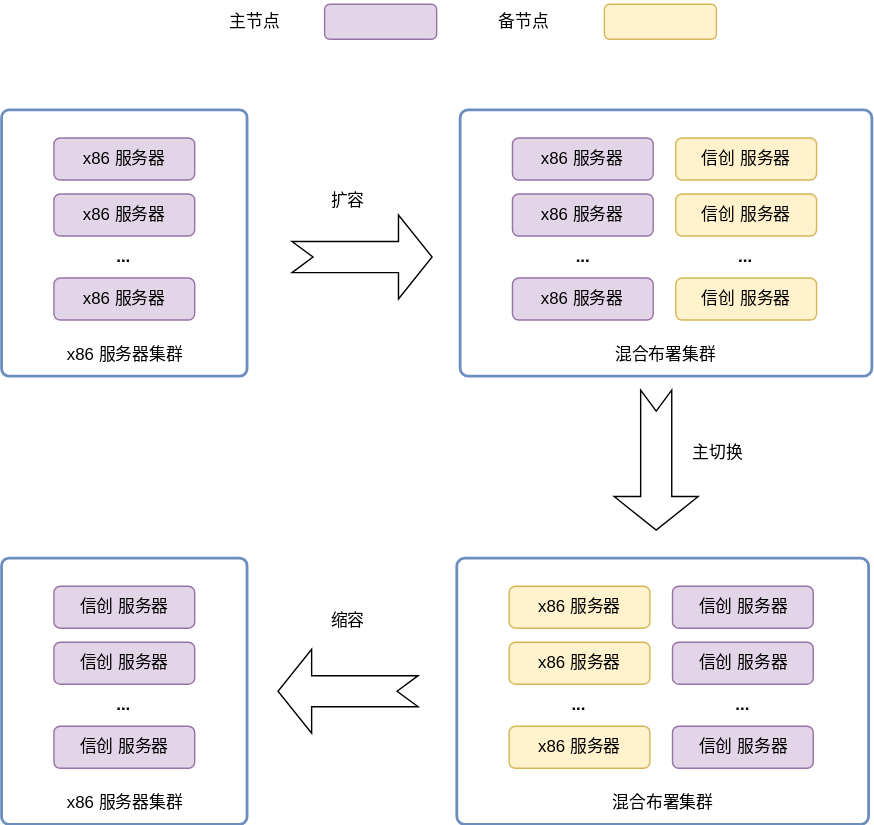
Above: 产品/巨杉数据库影像平台信创改造流程.drawio.svg in SequoiaDB/design_drawio (draw.io), before the change. Source tidied: cells renumbered, new cells last; positions are measured from the earlier drawing's top-left corner, leaving out a move shared by most shapes.
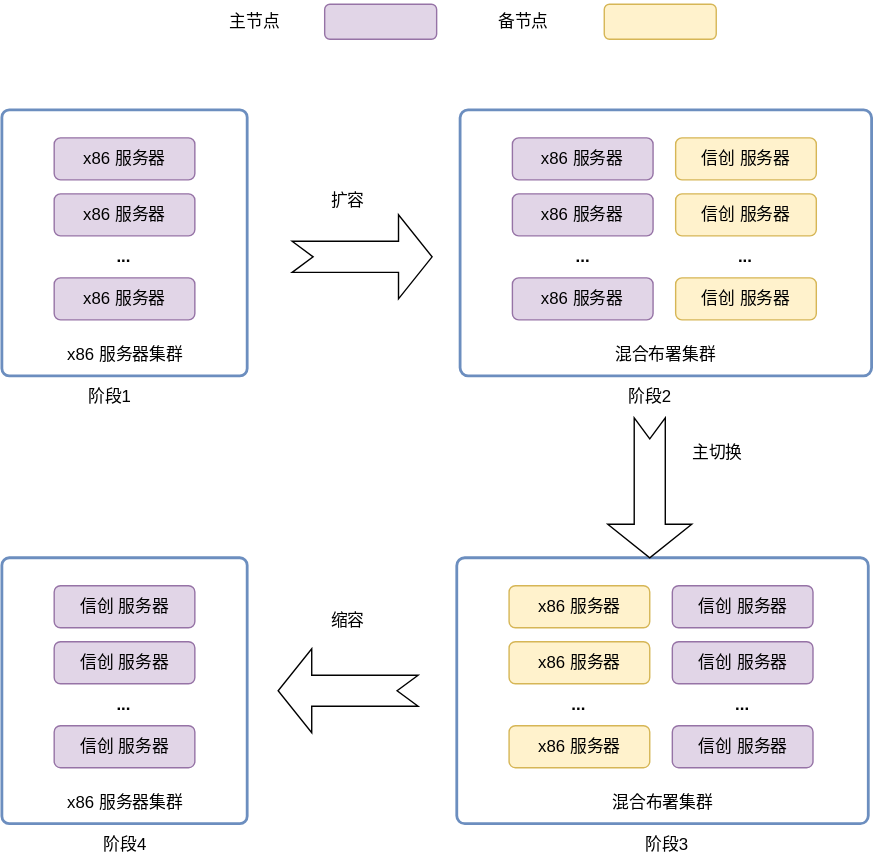
After the commit.

Commit message:
更新巨杉数据库影像平台信创改造流程.drawio.svg

The edit, as a diff of the source:
```diff
@@ -117,7 +117,7 @@
       <mxGeometry x="217" y="128" width="60" height="30" as="geometry" />
     </mxCell>
     <mxCell id="40" style="html=1;shadow=0;dashed=0;align=center;verticalAlign=middle;shape=mxgraph.arrows2.arrow;dy=0.63;dx=24;notch=15;rotation=90;" parent="1" vertex="1">
-      <mxGeometry x="417" y="298" width="100" height="60" as="geometry" />
+      <mxGeometry x="412.5" y="318" width="100" height="60" as="geometry" />
     </mxCell>
     <mxCell id="41" value="主切换" style="text;html=1;align=center;verticalAlign=middle;whiteSpace=wrap;rounded=0;" parent="1" vertex="1">
       <mxGeometry x="481" y="308" width="60" height="30" as="geometry" />
@@ -128,5 +128,17 @@
     <mxCell id="43" value="缩容" style="text;html=1;align=center;verticalAlign=middle;whiteSpace=wrap;rounded=0;" parent="1" vertex="1">
       <mxGeometry x="217" y="428" width="60" height="30" as="geometry" />
     </mxCell>
+    <mxCell id="44" value="阶段1" style="text;html=1;align=center;verticalAlign=middle;whiteSpace=wrap;rounded=0;" parent="1" vertex="1">
+      <mxGeometry x="47" y="268" width="60" height="30" as="geometry" />
+    </mxCell>
+    <mxCell id="45" value="阶段2" style="text;html=1;align=center;verticalAlign=middle;whiteSpace=wrap;rounded=0;" parent="1" vertex="1">
+      <mxGeometry x="432.5" y="268" width="60" height="30" as="geometry" />
+    </mxCell>
+    <mxCell id="46" value="阶段3" style="text;html=1;align=center;verticalAlign=middle;whiteSpace=wrap;rounded=0;" parent="1" vertex="1">
+      <mxGeometry x="444.6" y="588" width="60" height="30" as="geometry" />
+    </mxCell>
+    <mxCell id="47" value="阶段4" style="text;html=1;align=center;verticalAlign=middle;whiteSpace=wrap;rounded=0;" parent="1" vertex="1">
+      <mxGeometry x="57.5" y="588" width="60" height="30" as="geometry" />
+    </mxCell>
   </root>
 </mxGraphModel>
```
